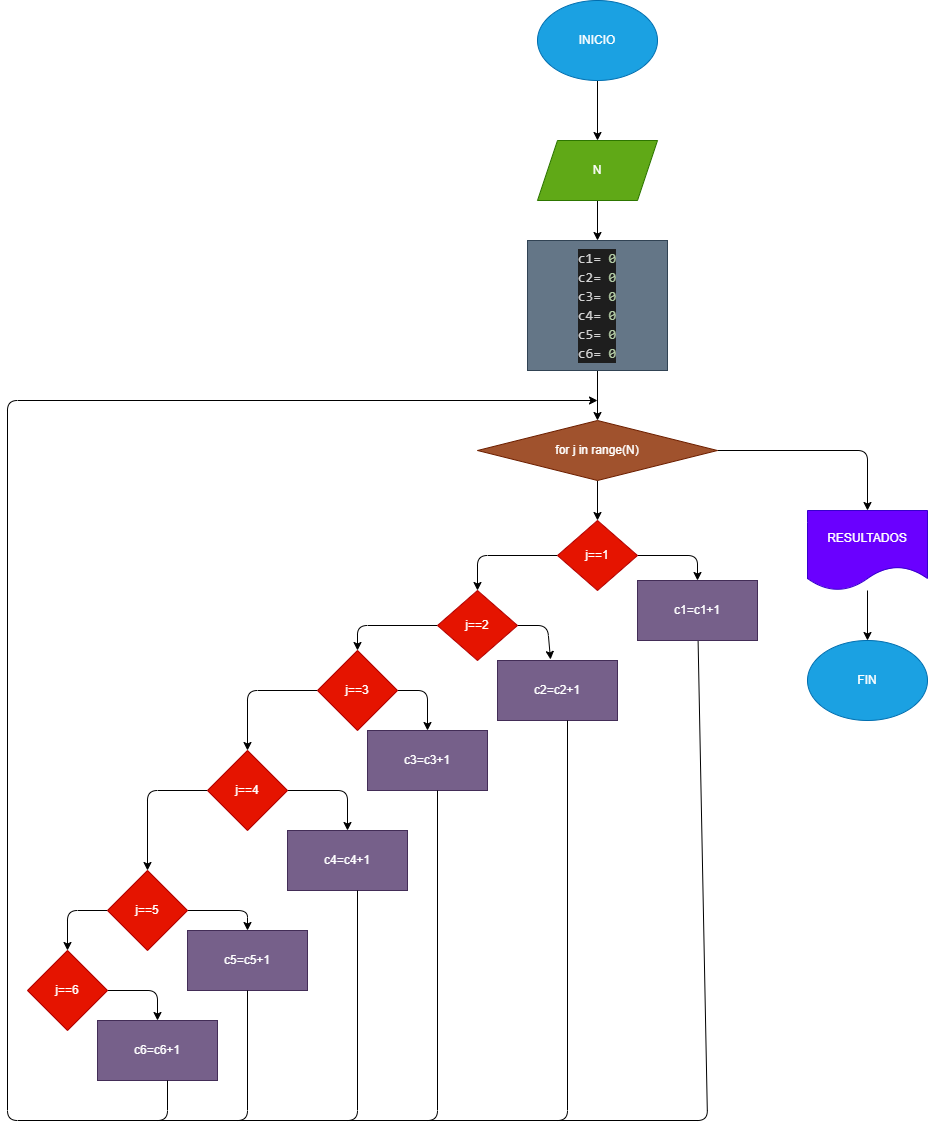
The draw.io diagram Lanzar_dados/digrama.png in Cayalam/num_par_e_impar, before a commit. Source tidied: cells renumbered, new cells last; positions are measured from the earlier drawing's top-left corner, leaving out a move shared by most shapes.
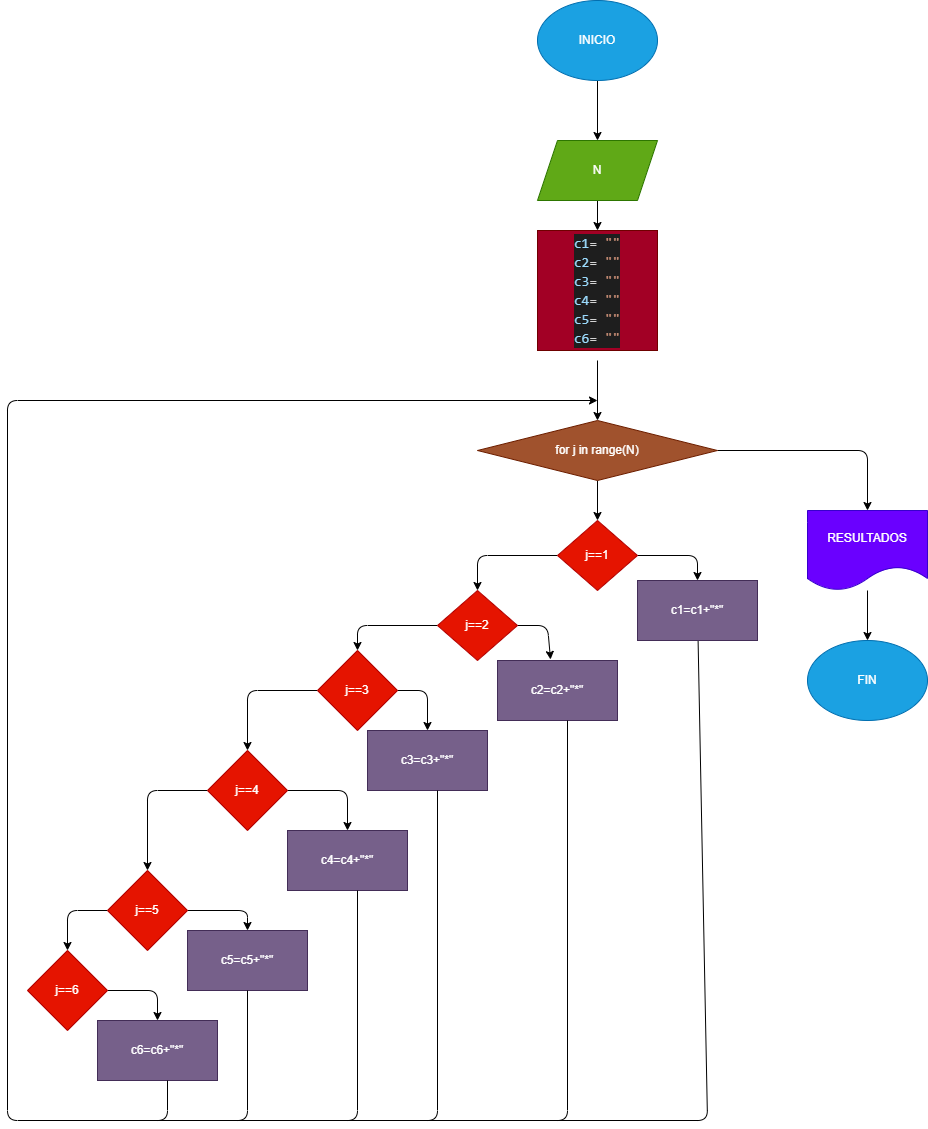
After the change.

Diff of the diagram source:
```diff
@@ -21,18 +21,19 @@
     <mxCell id="6" value="for j in range(N)" style="rhombus;whiteSpace=wrap;html=1;fillColor=#a0522d;fontColor=#ffffff;strokeColor=#6D1F00;" parent="1" vertex="1">
       <mxGeometry x="470" y="420" width="240" height="60" as="geometry" />
     </mxCell>
-    <mxCell id="7" style="edgeStyle=none;html=1;" parent="1" edge="1" source="8" target="10">
-      <mxGeometry relative="1" as="geometry" />
+    <mxCell id="7" style="edgeStyle=none;html=1;" parent="1" edge="1" source="8">
+      <mxGeometry relative="1" as="geometry">
+        <mxPoint x="590" y="230" as="targetPoint" />
+      </mxGeometry>
     </mxCell>
     <mxCell id="8" value="N" style="shape=parallelogram;perimeter=parallelogramPerimeter;whiteSpace=wrap;html=1;fixedSize=1;fillColor=#60a917;fontColor=#ffffff;strokeColor=#2D7600;" parent="1" vertex="1">
       <mxGeometry x="530" y="140" width="120" height="60" as="geometry" />
     </mxCell>
-    <mxCell id="9" style="edgeStyle=none;html=1;" parent="1" edge="1" source="10" target="6">
-      <mxGeometry relative="1" as="geometry" />
+    <mxCell id="9" style="edgeStyle=none;html=1;" parent="1" edge="1" target="6">
+      <mxGeometry relative="1" as="geometry">
+        <mxPoint x="590" y="360" as="sourcePoint" />
+      </mxGeometry>
     </mxCell>
-    <mxCell id="10" value="&lt;div style=&quot;color: rgb(212 , 212 , 212) ; background-color: rgb(30 , 30 , 30) ; font-family: &amp;#34;consolas&amp;#34; , &amp;#34;courier new&amp;#34; , monospace ; font-size: 14px ; line-height: 19px&quot;&gt;&lt;div&gt;c1= &lt;span style=&quot;color: #b5cea8&quot;&gt;0&lt;/span&gt;&lt;/div&gt;&lt;div&gt;c2= &lt;span style=&quot;color: #b5cea8&quot;&gt;0&lt;/span&gt;&lt;/div&gt;&lt;div&gt;c3= &lt;span style=&quot;color: #b5cea8&quot;&gt;0&lt;/span&gt;&lt;/div&gt;&lt;div&gt;c4= &lt;span style=&quot;color: #b5cea8&quot;&gt;0&lt;/span&gt;&lt;/div&gt;&lt;div&gt;c5= &lt;span style=&quot;color: #b5cea8&quot;&gt;0&lt;/span&gt;&lt;/div&gt;&lt;div&gt;c6= &lt;span style=&quot;color: #b5cea8&quot;&gt;0&lt;/span&gt;&lt;/div&gt;&lt;/div&gt;" style="rounded=0;whiteSpace=wrap;html=1;fillColor=#647687;fontColor=#ffffff;strokeColor=#314354;" parent="1" vertex="1">
-      <mxGeometry x="520" y="240" width="140" height="130" as="geometry" />
-    </mxCell>
     <mxCell id="11" style="edgeStyle=none;html=1;" parent="1" edge="1" source="13">
       <mxGeometry relative="1" as="geometry">
         <mxPoint x="470" y="590" as="targetPoint" />
@@ -61,7 +62,7 @@
         </Array>
       </mxGeometry>
     </mxCell>
-    <mxCell id="15" value="c1=c1+1" style="rounded=0;whiteSpace=wrap;html=1;fillColor=#76608a;fontColor=#ffffff;strokeColor=#432D57;" parent="1" vertex="1">
+    <mxCell id="15" value="c1=c1+&quot;*&quot;" style="rounded=0;whiteSpace=wrap;html=1;fillColor=#76608a;fontColor=#ffffff;strokeColor=#432D57;" parent="1" vertex="1">
       <mxGeometry x="630" y="580" width="120" height="60" as="geometry" />
     </mxCell>
     <mxCell id="16" style="edgeStyle=none;html=1;entryX=0.5;entryY=0;entryDx=0;entryDy=0;" parent="1" edge="1" source="18" target="22">
@@ -81,7 +82,7 @@
     <mxCell id="18" value="j==2" style="rhombus;whiteSpace=wrap;html=1;fillColor=#e51400;fontColor=#ffffff;strokeColor=#B20000;" parent="1" vertex="1">
       <mxGeometry x="430" y="590" width="80" height="70" as="geometry" />
     </mxCell>
-    <mxCell id="19" value="c2=c2+1" style="rounded=0;whiteSpace=wrap;html=1;fillColor=#76608a;fontColor=#ffffff;strokeColor=#432D57;" parent="1" vertex="1">
+    <mxCell id="19" value="c2=c2+&quot;*&quot;" style="rounded=0;whiteSpace=wrap;html=1;fillColor=#76608a;fontColor=#ffffff;strokeColor=#432D57;" parent="1" vertex="1">
       <mxGeometry x="490" y="660" width="120" height="60" as="geometry" />
     </mxCell>
     <mxCell id="20" style="edgeStyle=none;html=1;entryX=0.5;entryY=0;entryDx=0;entryDy=0;" parent="1" edge="1" source="22" target="23">
@@ -101,7 +102,7 @@
     <mxCell id="22" value="j==3" style="rhombus;whiteSpace=wrap;html=1;fillColor=#e51400;fontColor=#ffffff;strokeColor=#B20000;" parent="1" vertex="1">
       <mxGeometry x="310" y="650" width="80" height="80" as="geometry" />
     </mxCell>
-    <mxCell id="23" value="c3=c3+1" style="rounded=0;whiteSpace=wrap;html=1;fillColor=#76608a;fontColor=#ffffff;strokeColor=#432D57;" parent="1" vertex="1">
+    <mxCell id="23" value="c3=c3+&quot;*&quot;" style="rounded=0;whiteSpace=wrap;html=1;fillColor=#76608a;fontColor=#ffffff;strokeColor=#432D57;" parent="1" vertex="1">
       <mxGeometry x="360" y="730" width="120" height="60" as="geometry" />
     </mxCell>
     <mxCell id="24" style="edgeStyle=none;html=1;" parent="1" edge="1" source="26">
@@ -123,7 +124,7 @@
     <mxCell id="26" value="j==4" style="rhombus;whiteSpace=wrap;html=1;fillColor=#e51400;fontColor=#ffffff;strokeColor=#B20000;" parent="1" vertex="1">
       <mxGeometry x="200" y="750" width="80" height="80" as="geometry" />
     </mxCell>
-    <mxCell id="27" value="c4=c4+1" style="rounded=0;whiteSpace=wrap;html=1;fillColor=#76608a;fontColor=#ffffff;strokeColor=#432D57;" parent="1" vertex="1">
+    <mxCell id="27" value="c4=c4+&quot;*&quot;" style="rounded=0;whiteSpace=wrap;html=1;fillColor=#76608a;fontColor=#ffffff;strokeColor=#432D57;" parent="1" vertex="1">
       <mxGeometry x="280" y="830" width="120" height="60" as="geometry" />
     </mxCell>
     <mxCell id="28" style="edgeStyle=none;html=1;" parent="1" edge="1" source="30" target="31">
@@ -143,7 +144,7 @@
     <mxCell id="30" value="j==5" style="rhombus;whiteSpace=wrap;html=1;fillColor=#e51400;fontColor=#ffffff;strokeColor=#B20000;" parent="1" vertex="1">
       <mxGeometry x="100" y="870" width="80" height="80" as="geometry" />
     </mxCell>
-    <mxCell id="31" value="c5=c5+1" style="rounded=0;whiteSpace=wrap;html=1;fillColor=#76608a;fontColor=#ffffff;strokeColor=#432D57;" parent="1" vertex="1">
+    <mxCell id="31" value="c5=c5+&quot;*&quot;" style="rounded=0;whiteSpace=wrap;html=1;fillColor=#76608a;fontColor=#ffffff;strokeColor=#432D57;" parent="1" vertex="1">
       <mxGeometry x="180" y="930" width="120" height="60" as="geometry" />
     </mxCell>
     <mxCell id="32" style="edgeStyle=none;html=1;" parent="1" edge="1" source="33" target="34">
@@ -156,7 +157,7 @@
     <mxCell id="33" value="j==6" style="rhombus;whiteSpace=wrap;html=1;fillColor=#e51400;fontColor=#ffffff;strokeColor=#B20000;" parent="1" vertex="1">
       <mxGeometry x="20" y="950" width="80" height="80" as="geometry" />
     </mxCell>
-    <mxCell id="34" value="c6=c6+1" style="rounded=0;whiteSpace=wrap;html=1;fillColor=#76608a;fontColor=#ffffff;strokeColor=#432D57;" parent="1" vertex="1">
+    <mxCell id="34" value="c6=c6+&quot;*&quot;" style="rounded=0;whiteSpace=wrap;html=1;fillColor=#76608a;fontColor=#ffffff;strokeColor=#432D57;" parent="1" vertex="1">
       <mxGeometry x="90" y="1020" width="120" height="60" as="geometry" />
     </mxCell>
     <mxCell id="35" style="endArrow=none;html=1;" parent="1" edge="1">
@@ -213,5 +214,8 @@
     <mxCell id="42" value="FIN" style="ellipse;whiteSpace=wrap;html=1;fillColor=#1ba1e2;fontColor=#ffffff;strokeColor=#006EAF;" parent="1" vertex="1">
       <mxGeometry x="800" y="640" width="120" height="80" as="geometry" />
     </mxCell>
+    <mxCell id="43" value="&lt;div style=&quot;color: rgb(212 , 212 , 212) ; background-color: rgb(30 , 30 , 30) ; font-family: &amp;#34;consolas&amp;#34; , &amp;#34;courier new&amp;#34; , monospace ; font-size: 14px ; line-height: 19px&quot;&gt;&lt;div&gt;&lt;span style=&quot;color: #9cdcfe&quot;&gt;c1&lt;/span&gt;= &lt;span style=&quot;color: #ce9178&quot;&gt;&quot;&quot;&lt;/span&gt;&lt;/div&gt;&lt;div&gt;&lt;span style=&quot;color: #9cdcfe&quot;&gt;c2&lt;/span&gt;= &lt;span style=&quot;color: #ce9178&quot;&gt;&quot;&quot;&lt;/span&gt;&lt;/div&gt;&lt;div&gt;&lt;span style=&quot;color: #9cdcfe&quot;&gt;c3&lt;/span&gt;= &lt;span style=&quot;color: #ce9178&quot;&gt;&quot;&quot;&lt;/span&gt;&lt;/div&gt;&lt;div&gt;&lt;span style=&quot;color: #9cdcfe&quot;&gt;c4&lt;/span&gt;= &lt;span style=&quot;color: #ce9178&quot;&gt;&quot;&quot;&lt;/span&gt;&lt;/div&gt;&lt;div&gt;&lt;span style=&quot;color: #9cdcfe&quot;&gt;c5&lt;/span&gt;= &lt;span style=&quot;color: #ce9178&quot;&gt;&quot;&quot;&lt;/span&gt;&lt;/div&gt;&lt;div&gt;&lt;span style=&quot;color: #9cdcfe&quot;&gt;c6&lt;/span&gt;= &lt;span style=&quot;color: #ce9178&quot;&gt;&quot;&quot;&lt;/span&gt;&lt;/div&gt;&lt;/div&gt;" style="rounded=0;whiteSpace=wrap;html=1;fillColor=#a20025;fontColor=#ffffff;strokeColor=#6F0000;" parent="1" vertex="1">
+      <mxGeometry x="530" y="230" width="120" height="120" as="geometry" />
+    </mxCell>
   </root>
 </mxGraphModel>
```
